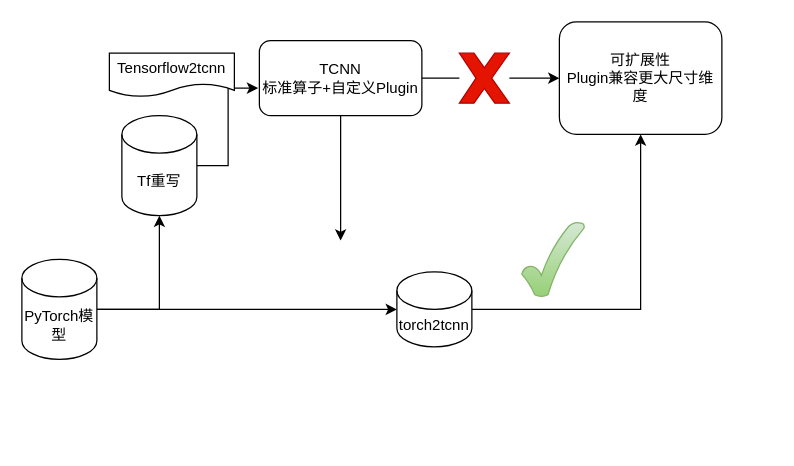
The draw.io diagram 未命名绘图.drawio in lucasjinreal/3d_detection, before the edit. Source tidied: cells renumbered, new cells numbered last; positions are measured from the earlier drawing's top-left corner, leaving out a move shared by most shapes. Both pictures are drawn from the tidied source at 125%, with x=0, y=0 at pixel (21, 21). Pictures stored in the file or linked from it are replaced by grey dashed boxes.
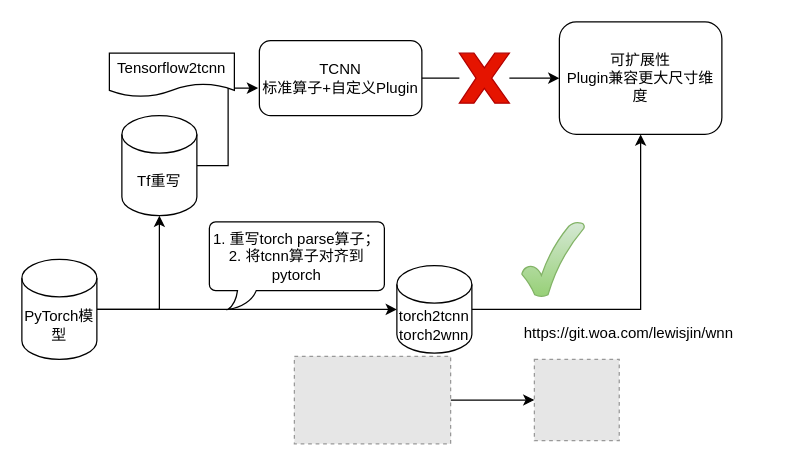
The same page after the edit.

Commit message (it also covers changes not shown here):
更新未命名绘图.drawio

The change refers to these unchanged cells:
```xml
<mxCell id="4" value="TCNN&lt;br&gt;标准算子+自定义Plugin" style="rounded=1;whiteSpace=wrap;html=1;" parent="1" vertex="1">
  <mxGeometry x="190" y="15" width="130" height="60" as="geometry" />
</mxCell>
```

What changed in the source:
```diff
@@
-    <mxCell id="3" style="edgeStyle=orthogonalEdgeStyle;rounded=0;jettySize=auto;html=1;" parent="1" edge="1" source="4">
-      <mxGeometry relative="1" as="geometry">
-        <mxPoint x="255" y="175" as="targetPoint" />
-      </mxGeometry>
-    </mxCell>
@@
-    <mxCell id="15" value="torch2tcnn" style="shape=cylinder3;whiteSpace=wrap;html=1;boundedLbl=1;backgroundOutline=1;size=15;" parent="1" vertex="1">
-      <mxGeometry x="300" y="200" width="60" height="60" as="geometry" />
+    <mxCell id="15" value="torch2tcnn&lt;br&gt;torch2wnn" style="shape=cylinder3;whiteSpace=wrap;html=1;boundedLbl=1;backgroundOutline=1;size=15;" parent="1" vertex="1">
+      <mxGeometry x="300" y="195" width="60" height="70" as="geometry" />
     </mxCell>
@@
+    <mxCell id="17" value="1. 重写torch parse算子；&lt;br&gt;2. 将tcnn算子对齐到pytorch" style="whiteSpace=wrap;html=1;shape=mxgraph.basic.roundRectCallout;dx=30;dy=15;size=5;boundedLbl=1;" parent="1" vertex="1">
+      <mxGeometry x="150" y="160" width="140" height="70" as="geometry" />
+    </mxCell>
+    <mxCell id="18" value="https://git.woa.com/lewisjin/wnn" style="text;whiteSpace=wrap;html=1;" parent="1" vertex="1">
+      <mxGeometry x="400" y="235" width="200" height="40" as="geometry" />
+    </mxCell>
+    <mxCell id="19" style="fillColor=#E6E6E6;strokeColor=#999999;dashed=1;verticalLabelPosition=bottom;labelBackgroundColor=default;verticalAlign=top;" parent="1" vertex="1">
+      <mxGeometry x="410" y="270" width="67.9" height="65" as="geometry" />
+    </mxCell>
+    <mxCell id="20" style="edgeStyle=orthogonalEdgeStyle;rounded=0;jettySize=auto;html=1;entryX=0;entryY=0.5;entryDx=0;entryDy=0;" parent="1" edge="1" source="21" target="19">
+      <mxGeometry relative="1" as="geometry" />
+    </mxCell>
+    <mxCell id="21" style="fillColor=#E6E6E6;strokeColor=#999999;dashed=1;verticalLabelPosition=bottom;labelBackgroundColor=default;verticalAlign=top;" parent="1" vertex="1">
+      <mxGeometry x="218" y="267.5" width="125" height="70" as="geometry" />
+    </mxCell>
```
